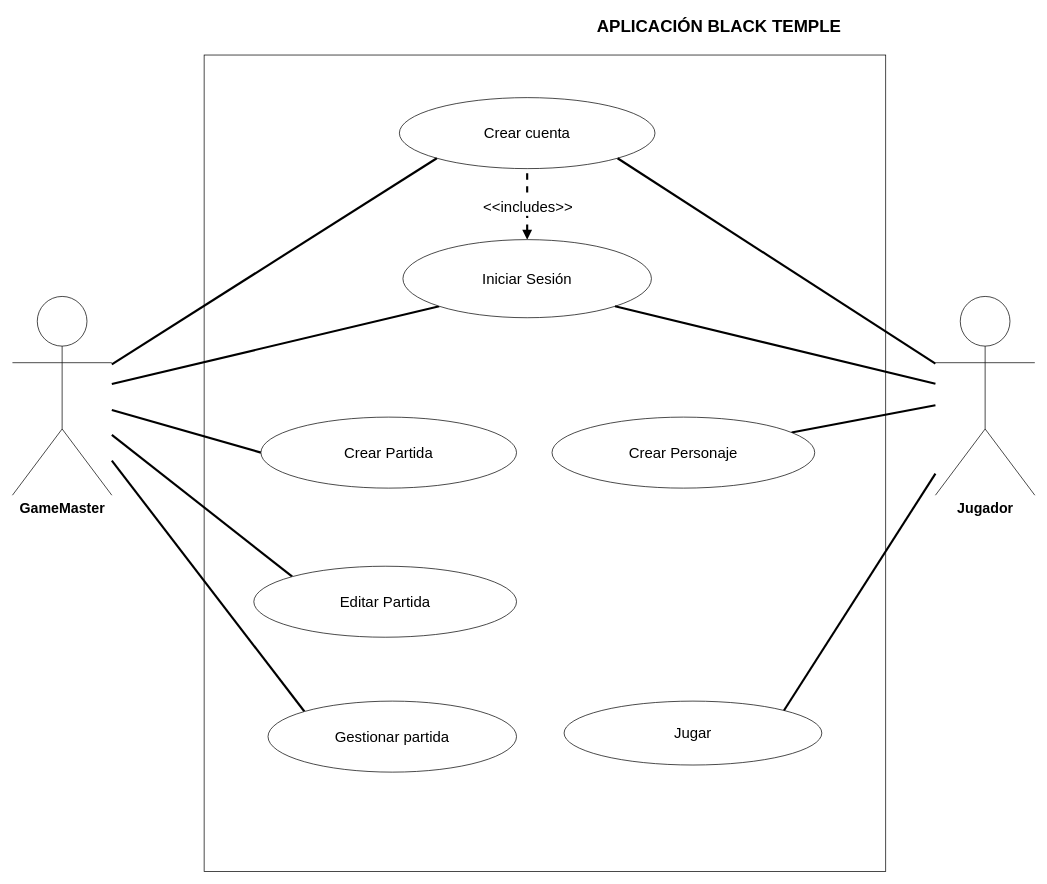
This is diagrams/diagramaCasosUso.drawio from gonzalopozo/proyecto-integrador-1-daw-gonzalo-manuel-daniel-hector, a draw.io file, before an edit. Source tidied: cells renumbered, new cells numbered last; positions are measured from the earlier drawing's top-left corner, leaving out a move shared by most shapes. Both pictures are drawn from the tidied source at 71%, with x=0, y=0 at pixel (12, 12).
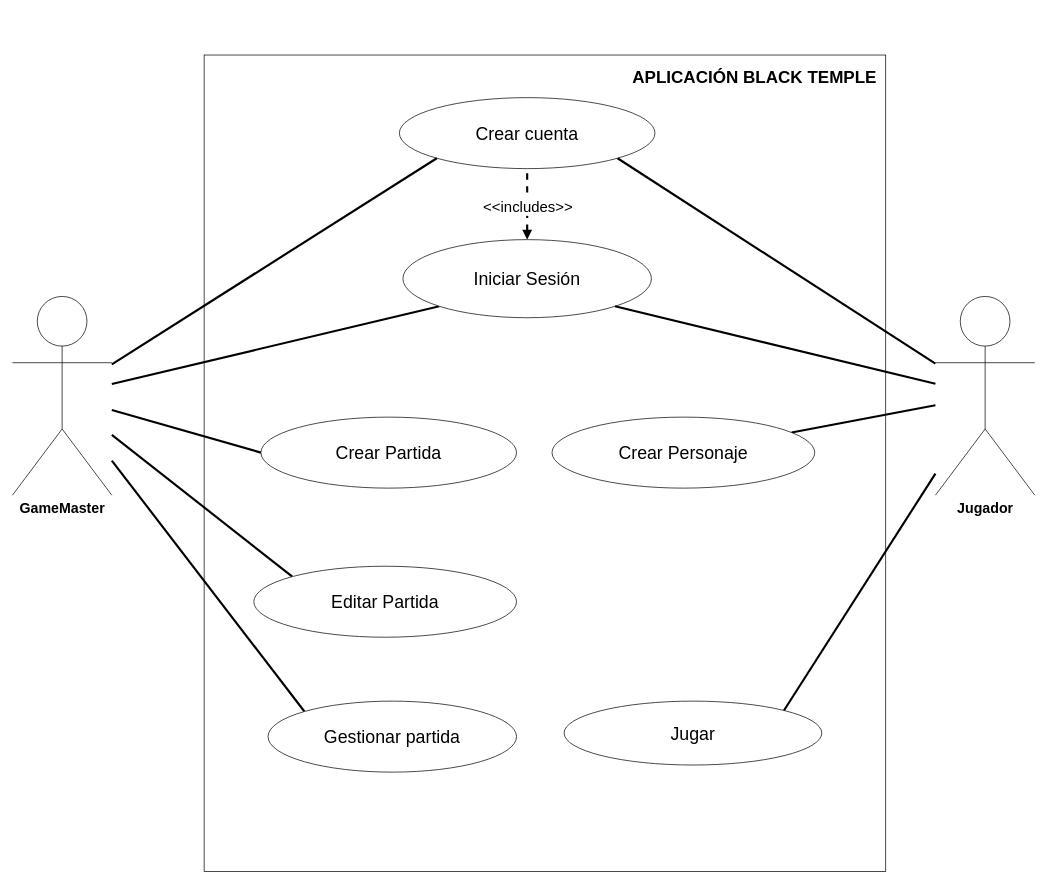
Above is the later version.

Commit message (it also covers changes not shown here):
Versión 1.2 Diagrama de Casos de Uso, Versión 1.0 Diagrama de Clases

Diff of the diagram source:
```diff
@@
-    <mxCell id="5" value="&lt;font style=&quot;font-size: 21px;&quot;&gt;Crear cuenta&lt;/font&gt;" style="ellipse;whiteSpace=wrap;html=1;" parent="1" vertex="1">
+    <mxCell id="5" value="&lt;font style=&quot;font-size: 25px;&quot;&gt;Crear cuenta&lt;/font&gt;" style="ellipse;whiteSpace=wrap;html=1;fontSize=25;" parent="1" vertex="1">
       <mxGeometry x="545" y="120" width="360" height="100" as="geometry" />
     </mxCell>
@@
-    <mxCell id="9" value="&lt;font style=&quot;font-size: 21px;&quot;&gt;Iniciar Sesión&lt;/font&gt;" style="ellipse;whiteSpace=wrap;html=1;" parent="1" vertex="1">
+    <mxCell id="9" value="&lt;font style=&quot;font-size: 25px;&quot;&gt;Iniciar Sesión&lt;/font&gt;" style="ellipse;whiteSpace=wrap;html=1;fontSize=25;" parent="1" vertex="1">
       <mxGeometry x="550" y="320" width="350" height="110" as="geometry" />
     </mxCell>
@@
-    <mxCell id="11" value="&lt;font style=&quot;font-size: 21px;&quot;&gt;Crear Personaje&lt;/font&gt;" style="ellipse;whiteSpace=wrap;html=1;" parent="1" vertex="1">
+    <mxCell id="11" value="&lt;font style=&quot;font-size: 25px;&quot;&gt;Crear Personaje&lt;/font&gt;" style="ellipse;whiteSpace=wrap;html=1;fontSize=25;" parent="1" vertex="1">
       <mxGeometry x="760" y="570" width="370" height="100" as="geometry" />
     </mxCell>
@@
-    <mxCell id="13" value="&lt;font style=&quot;font-size: 21px;&quot;&gt;Crear Partida&lt;/font&gt;" style="ellipse;whiteSpace=wrap;html=1;" parent="1" vertex="1">
+    <mxCell id="13" value="&lt;font style=&quot;font-size: 25px;&quot;&gt;Crear Partida&lt;/font&gt;" style="ellipse;whiteSpace=wrap;html=1;fontSize=25;" parent="1" vertex="1">
       <mxGeometry x="350" y="570" width="360" height="100" as="geometry" />
     </mxCell>
@@
-    <mxCell id="15" value="&lt;font style=&quot;font-size: 21px;&quot;&gt;Editar Partida&lt;/font&gt;" style="ellipse;whiteSpace=wrap;html=1;" parent="1" vertex="1">
+    <mxCell id="15" value="&lt;font style=&quot;font-size: 25px;&quot;&gt;Editar Partida&lt;/font&gt;" style="ellipse;whiteSpace=wrap;html=1;fontSize=25;" parent="1" vertex="1">
       <mxGeometry x="340" y="780" width="370" height="100" as="geometry" />
     </mxCell>
@@
-    <mxCell id="17" value="&lt;font style=&quot;font-size: 21px;&quot;&gt;Jugar&lt;/font&gt;" style="ellipse;whiteSpace=wrap;html=1;" parent="1" vertex="1">
+    <mxCell id="17" value="&lt;font style=&quot;font-size: 25px;&quot;&gt;Jugar&lt;/font&gt;" style="ellipse;whiteSpace=wrap;html=1;fontSize=25;" parent="1" vertex="1">
       <mxGeometry x="777" y="970" width="363" height="90" as="geometry" />
     </mxCell>
@@
-    <mxCell id="22" value="&lt;font style=&quot;font-size: 21px;&quot;&gt;Gestionar partida&lt;/font&gt;" style="ellipse;whiteSpace=wrap;html=1;" parent="1" vertex="1">
+    <mxCell id="22" value="&lt;font style=&quot;font-size: 25px;&quot;&gt;Gestionar partida&lt;/font&gt;" style="ellipse;whiteSpace=wrap;html=1;fontSize=25;" parent="1" vertex="1">
       <mxGeometry x="360" y="970" width="350" height="100" as="geometry" />
     </mxCell>
     <mxCell id="23" value="APLICACIÓN BLACK TEMPLE" style="text;strokeColor=none;fillColor=none;html=1;fontSize=24;fontStyle=1;verticalAlign=middle;align=center;" parent="1" vertex="1">
-      <mxGeometry x="830" width="330" height="40" as="geometry" />
+      <mxGeometry x="880" y="72" width="330" height="40" as="geometry" />
     </mxCell>
```
